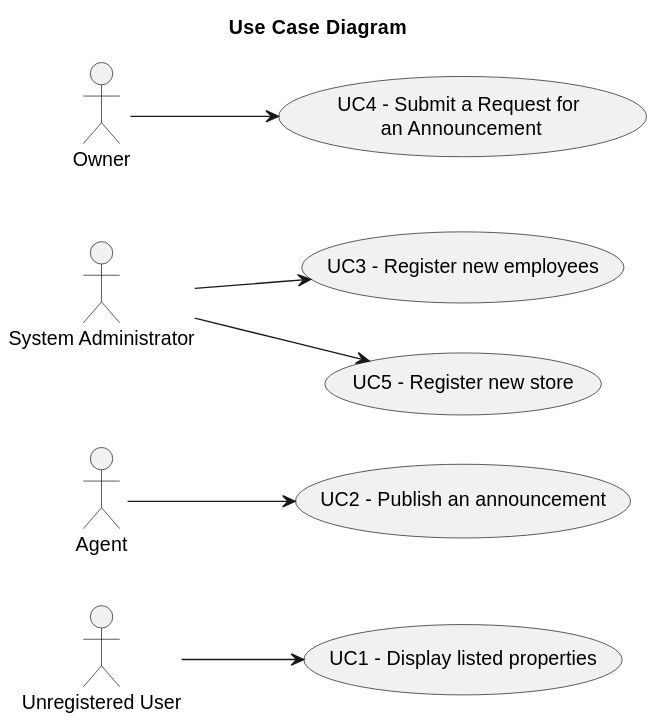
This is docs/sprintB/global-artifacts/01.requirements-engineering/svg/use-case-diagram.svg from rita-barbosa/LAPR2-2223, a PlantUML export, as it was before one commit. Source of this version:
```plantuml
@startuml
skinparam packageStyle rectangle

skinparam rectangle{
    BorderColor yellow
}

title Use Case Diagram

left to right direction

    usecase "UC1 - Display listed properties" as UC1
        "Unregistered User" --> UC1
    usecase "UC2 - Publish an announcement" as UC2
        "Agent" --> UC2
    usecase "UC3 - Register new employees" as UC3
        "System Administrator" --> UC3
    usecase "UC5 - Register new store" as UC5
        "System Administrator" --> UC5
     usecase "UC4 - Submit a Request for\n an Announcement" as UC4
        "Owner" --> UC4
@enduml
```
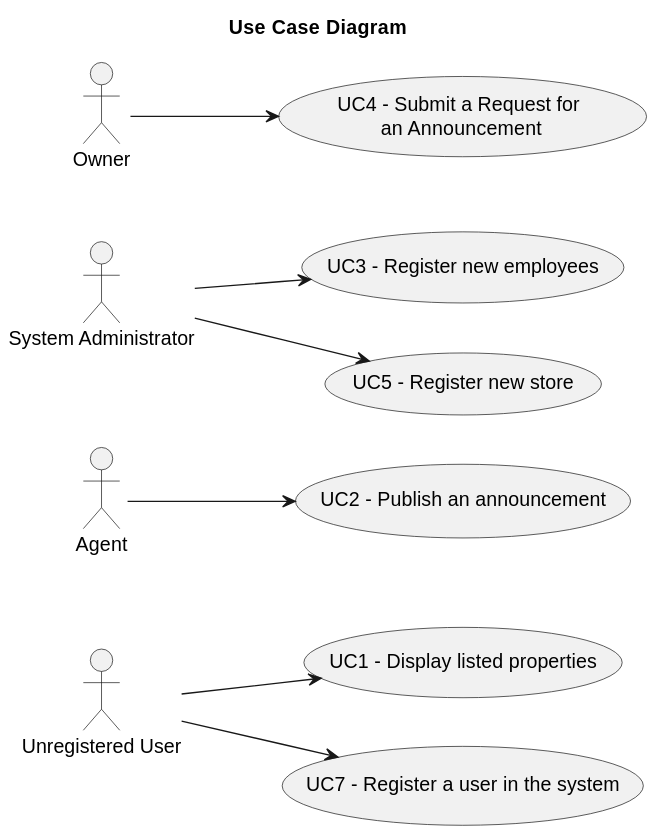
Above is the later version.

What changed in the source:
```diff
@@ -19,4 +19,6 @@
         "System Administrator" --> UC5
      usecase "UC4 - Submit a Request for\n an Announcement" as UC4
         "Owner" --> UC4
+    usecase "UC7 - Register a user in the system" as UC7
+        "Unregistered User" --> UC7
 @enduml
```
